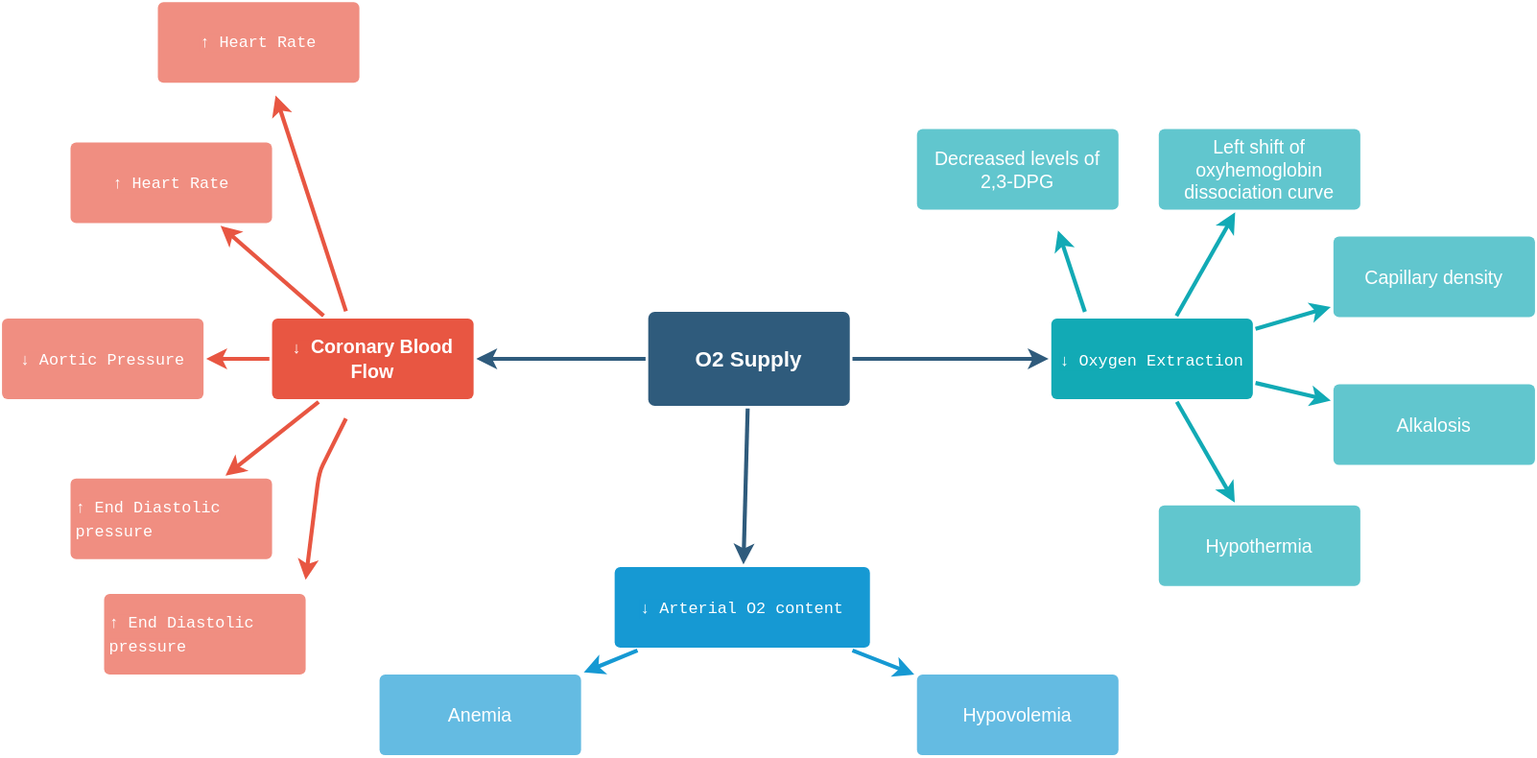
dahef34/academic-resume keeps this draw.io diagram as assets/media/o2demand.svg. Above is the earlier version. Source tidied: cells renumbered, new cells last; positions are measured from the earlier drawing's top-left corner, leaving out a move shared by most shapes. The source it was exported from:
```xml
<mxGraphModel>
  <root>
    <mxCell id="0" />
    <mxCell id="1" parent="0" />
    <mxCell id="2" style="edgeStyle=none;rounded=0;jumpStyle=none;html=1;shadow=0;labelBackgroundColor=none;startArrow=none;startFill=0;endArrow=classic;endFill=1;jettySize=auto;strokeColor=#2F5B7C;strokeWidth=3;fontFamily=Helvetica;fontSize=16;fontColor=#23445D;spacing=5;" parent="1" edge="1" source="5" target="18">
      <mxGeometry relative="1" as="geometry" />
    </mxCell>
    <mxCell id="3" style="edgeStyle=none;rounded=0;jumpStyle=none;html=1;shadow=0;labelBackgroundColor=none;startArrow=none;startFill=0;endArrow=classic;endFill=1;jettySize=auto;strokeColor=#2F5B7C;strokeWidth=3;fontFamily=Helvetica;fontSize=16;fontColor=#23445D;spacing=5;" parent="1" edge="1" source="5" target="15">
      <mxGeometry relative="1" as="geometry" />
    </mxCell>
    <mxCell id="4" style="edgeStyle=none;rounded=0;jumpStyle=none;html=1;shadow=0;labelBackgroundColor=none;startArrow=none;startFill=0;endArrow=classic;endFill=1;jettySize=auto;strokeColor=#2F5B7C;strokeWidth=3;fontFamily=Helvetica;fontSize=16;fontColor=#23445D;spacing=5;" parent="1" edge="1" source="5" target="9">
      <mxGeometry relative="1" as="geometry" />
    </mxCell>
    <mxCell id="5" value="O2 Supply" style="rounded=1;whiteSpace=wrap;html=1;shadow=0;labelBackgroundColor=none;strokeColor=none;strokeWidth=3;fillColor=#2F5B7C;fontFamily=Helvetica;fontSize=16;fontColor=#FFFFFF;align=center;fontStyle=1;spacing=5;arcSize=7;perimeterSpacing=2;" parent="1" vertex="1">
      <mxGeometry x="481" y="230.5" width="150" height="70" as="geometry" />
    </mxCell>
    <mxCell id="6" style="edgeStyle=none;rounded=1;jumpStyle=none;html=1;shadow=0;labelBackgroundColor=none;startArrow=none;startFill=0;jettySize=auto;strokeColor=#E85642;strokeWidth=3;fontFamily=Helvetica;fontSize=14;fontColor=#FFFFFF;spacing=5;fontStyle=1;fillColor=#b0e3e6;" parent="1" edge="1" source="9" target="12">
      <mxGeometry relative="1" as="geometry" />
    </mxCell>
    <mxCell id="7" style="edgeStyle=none;rounded=1;jumpStyle=none;html=1;shadow=0;labelBackgroundColor=none;startArrow=none;startFill=0;jettySize=auto;strokeColor=#E85642;strokeWidth=3;fontFamily=Helvetica;fontSize=14;fontColor=#FFFFFF;spacing=5;fontStyle=1;fillColor=#b0e3e6;" parent="1" edge="1" source="9" target="11">
      <mxGeometry relative="1" as="geometry" />
    </mxCell>
    <mxCell id="8" style="edgeStyle=none;rounded=1;jumpStyle=none;html=1;shadow=0;labelBackgroundColor=none;startArrow=none;startFill=0;jettySize=auto;strokeColor=#E85642;strokeWidth=3;fontFamily=Helvetica;fontSize=14;fontColor=#FFFFFF;spacing=5;fontStyle=1;fillColor=#b0e3e6;" parent="1" edge="1" source="9" target="10">
      <mxGeometry relative="1" as="geometry" />
    </mxCell>
    <mxCell id="9" value="&lt;span style=&quot;font-family: &amp;quot;Fira Code&amp;quot;, Menlo, Monaco, &amp;quot;Courier New&amp;quot;, monospace; font-size: 12px; font-weight: 400; text-align: start; background-color: rgb(232, 86, 66);&quot;&gt;↓&amp;nbsp;&lt;/span&gt;Coronary Blood Flow" style="rounded=1;whiteSpace=wrap;html=1;shadow=0;labelBackgroundColor=none;strokeColor=none;strokeWidth=3;fillColor=#e85642;fontFamily=Helvetica;fontSize=14;fontColor=#FFFFFF;align=center;spacing=5;fontStyle=1;arcSize=7;perimeterSpacing=2;" parent="1" vertex="1">
      <mxGeometry x="201" y="235.5" width="150" height="60" as="geometry" />
    </mxCell>
    <mxCell id="10" value="&lt;div style=&quot;text-align: start; font-family: &amp;quot;Fira Code&amp;quot;, Menlo, Monaco, &amp;quot;Courier New&amp;quot;, monospace; font-size: 12px; line-height: 18px;&quot;&gt;&lt;span style=&quot;background-color: rgb(240, 142, 129);&quot;&gt;↑ End Diastolic pressure&lt;/span&gt;&lt;/div&gt;" style="rounded=1;whiteSpace=wrap;html=1;shadow=0;labelBackgroundColor=none;strokeColor=none;strokeWidth=3;fillColor=#f08e81;fontFamily=Helvetica;fontSize=14;fontColor=#FFFFFF;align=center;spacing=5;fontStyle=0;arcSize=7;perimeterSpacing=2;" parent="1" vertex="1">
      <mxGeometry x="51" y="354.5" width="150" height="60" as="geometry" />
    </mxCell>
    <mxCell id="11" value="&lt;div style=&quot;text-align: start; font-family: &amp;quot;Fira Code&amp;quot;, Menlo, Monaco, &amp;quot;Courier New&amp;quot;, monospace; font-size: 12px; line-height: 18px;&quot;&gt;&lt;span style=&quot;background-color: rgb(240, 142, 129);&quot;&gt;↓ Aortic Pressure&lt;/span&gt;&lt;/div&gt;" style="rounded=1;whiteSpace=wrap;html=1;shadow=0;labelBackgroundColor=none;strokeColor=none;strokeWidth=3;fillColor=#f08e81;fontFamily=Helvetica;fontSize=14;fontColor=#FFFFFF;align=center;spacing=5;fontStyle=0;arcSize=7;perimeterSpacing=2;" parent="1" vertex="1">
      <mxGeometry y="235.5" width="150" height="60" as="geometry" />
    </mxCell>
    <mxCell id="12" value="&lt;div style=&quot;text-align: start; font-family: &amp;quot;Fira Code&amp;quot;, Menlo, Monaco, &amp;quot;Courier New&amp;quot;, monospace; font-size: 12px; line-height: 18px;&quot;&gt;&lt;span style=&quot;background-color: rgb(240, 142, 129);&quot;&gt;↑  Heart Rate&lt;/span&gt;&lt;/div&gt;" style="rounded=1;whiteSpace=wrap;html=1;shadow=0;labelBackgroundColor=none;strokeColor=none;strokeWidth=3;fillColor=#f08e81;fontFamily=Helvetica;fontSize=14;fontColor=#FFFFFF;align=center;spacing=5;fontStyle=0;arcSize=7;perimeterSpacing=2;" parent="1" vertex="1">
      <mxGeometry x="51" y="104.5" width="150" height="60" as="geometry" />
    </mxCell>
    <mxCell id="13" style="edgeStyle=none;rounded=0;jumpStyle=none;html=1;shadow=0;labelBackgroundColor=none;startArrow=none;startFill=0;endArrow=classic;endFill=1;jettySize=auto;strokeColor=#1699D3;strokeWidth=3;fontFamily=Helvetica;fontSize=14;fontColor=#FFFFFF;spacing=5;" parent="1" edge="1" source="15" target="17">
      <mxGeometry relative="1" as="geometry" />
    </mxCell>
    <mxCell id="14" style="edgeStyle=none;rounded=0;jumpStyle=none;html=1;shadow=0;labelBackgroundColor=none;startArrow=none;startFill=0;endArrow=classic;endFill=1;jettySize=auto;strokeColor=#1699D3;strokeWidth=3;fontFamily=Helvetica;fontSize=14;fontColor=#FFFFFF;spacing=5;" parent="1" edge="1" source="15" target="16">
      <mxGeometry relative="1" as="geometry" />
    </mxCell>
    <mxCell id="15" value="&lt;div style=&quot;font-weight: normal; text-align: start; font-family: &amp;quot;Fira Code&amp;quot;, Menlo, Monaco, &amp;quot;Courier New&amp;quot;, monospace; font-size: 12px; line-height: 18px;&quot;&gt;&lt;span style=&quot;background-color: rgb(22, 153, 211);&quot;&gt;↓ Arterial O2 content&lt;/span&gt;&lt;/div&gt;" style="rounded=1;whiteSpace=wrap;html=1;shadow=0;labelBackgroundColor=none;strokeColor=none;strokeWidth=3;fillColor=#1699d3;fontFamily=Helvetica;fontSize=14;fontColor=#FFFFFF;align=center;spacing=5;fontStyle=1;arcSize=7;perimeterSpacing=2;" parent="1" vertex="1">
      <mxGeometry x="456" y="420.5" width="190" height="60" as="geometry" />
    </mxCell>
    <mxCell id="16" value="Hypovolemia" style="rounded=1;whiteSpace=wrap;html=1;shadow=0;labelBackgroundColor=none;strokeColor=none;strokeWidth=3;fillColor=#64bbe2;fontFamily=Helvetica;fontSize=14;fontColor=#FFFFFF;align=center;spacing=5;arcSize=7;perimeterSpacing=2;" parent="1" vertex="1">
      <mxGeometry x="681" y="500.5" width="150" height="60" as="geometry" />
    </mxCell>
    <mxCell id="17" value="Anemia" style="rounded=1;whiteSpace=wrap;html=1;shadow=0;labelBackgroundColor=none;strokeColor=none;strokeWidth=3;fillColor=#64bbe2;fontFamily=Helvetica;fontSize=14;fontColor=#FFFFFF;align=center;spacing=5;arcSize=7;perimeterSpacing=2;" parent="1" vertex="1">
      <mxGeometry x="281" y="500.5" width="150" height="60" as="geometry" />
    </mxCell>
    <mxCell id="18" value="&lt;span style=&quot;font-family: &amp;quot;Fira Code&amp;quot;, Menlo, Monaco, &amp;quot;Courier New&amp;quot;, monospace; font-size: 12px; font-weight: 400; text-align: start; background-color: rgb(18, 170, 181);&quot;&gt;↓ Oxygen Extraction&lt;/span&gt;" style="rounded=1;whiteSpace=wrap;html=1;shadow=0;labelBackgroundColor=none;strokeColor=none;strokeWidth=3;fillColor=#12aab5;fontFamily=Helvetica;fontSize=14;fontColor=#FFFFFF;align=center;spacing=5;fontStyle=1;arcSize=7;perimeterSpacing=2;" parent="1" vertex="1">
      <mxGeometry x="781" y="235.5" width="150" height="60" as="geometry" />
    </mxCell>
    <mxCell id="19" value="Hypothermia" style="rounded=1;whiteSpace=wrap;html=1;shadow=0;labelBackgroundColor=none;strokeColor=none;strokeWidth=3;fillColor=#61c6ce;fontFamily=Helvetica;fontSize=14;fontColor=#FFFFFF;align=center;spacing=5;fontStyle=0;arcSize=7;perimeterSpacing=2;" parent="1" vertex="1">
      <mxGeometry x="861" y="374.5" width="150" height="60" as="geometry" />
    </mxCell>
    <mxCell id="20" style="edgeStyle=none;rounded=1;jumpStyle=none;html=1;shadow=0;labelBackgroundColor=none;startArrow=none;startFill=0;jettySize=auto;strokeColor=#12AAB5;strokeWidth=3;fontFamily=Helvetica;fontSize=14;fontColor=#FFFFFF;spacing=5;fontStyle=1;fillColor=#b0e3e6;" parent="1" edge="1" source="18" target="19">
      <mxGeometry relative="1" as="geometry" />
    </mxCell>
    <mxCell id="21" value="Alkalosis" style="rounded=1;whiteSpace=wrap;html=1;shadow=0;labelBackgroundColor=none;strokeColor=none;strokeWidth=3;fillColor=#61c6ce;fontFamily=Helvetica;fontSize=14;fontColor=#FFFFFF;align=center;spacing=5;fontStyle=0;arcSize=7;perimeterSpacing=2;" parent="1" vertex="1">
      <mxGeometry x="991" y="284.5" width="150" height="60" as="geometry" />
    </mxCell>
    <mxCell id="22" style="edgeStyle=none;rounded=1;jumpStyle=none;html=1;shadow=0;labelBackgroundColor=none;startArrow=none;startFill=0;jettySize=auto;strokeColor=#12AAB5;strokeWidth=3;fontFamily=Helvetica;fontSize=14;fontColor=#FFFFFF;spacing=5;fontStyle=1;fillColor=#b0e3e6;" parent="1" edge="1" source="18" target="21">
      <mxGeometry relative="1" as="geometry" />
    </mxCell>
    <mxCell id="23" value="Capillary density" style="rounded=1;whiteSpace=wrap;html=1;shadow=0;labelBackgroundColor=none;strokeColor=none;strokeWidth=3;fillColor=#61c6ce;fontFamily=Helvetica;fontSize=14;fontColor=#FFFFFF;align=center;spacing=5;fontStyle=0;arcSize=7;perimeterSpacing=2;" parent="1" vertex="1">
      <mxGeometry x="991" y="174.5" width="150" height="60" as="geometry" />
    </mxCell>
    <mxCell id="24" style="edgeStyle=none;rounded=1;jumpStyle=none;html=1;shadow=0;labelBackgroundColor=none;startArrow=none;startFill=0;jettySize=auto;strokeColor=#12AAB5;strokeWidth=3;fontFamily=Helvetica;fontSize=14;fontColor=#FFFFFF;spacing=5;fontStyle=1;fillColor=#b0e3e6;" parent="1" edge="1" source="18" target="23">
      <mxGeometry relative="1" as="geometry" />
    </mxCell>
    <mxCell id="25" value="Left shift of oxyhemoglobin dissociation curve" style="rounded=1;whiteSpace=wrap;html=1;shadow=0;labelBackgroundColor=none;strokeColor=none;strokeWidth=3;fillColor=#61c6ce;fontFamily=Helvetica;fontSize=14;fontColor=#FFFFFF;align=center;spacing=5;fontStyle=0;arcSize=7;perimeterSpacing=2;" parent="1" vertex="1">
      <mxGeometry x="861" y="94.5" width="150" height="60" as="geometry" />
    </mxCell>
    <mxCell id="26" style="edgeStyle=none;rounded=1;jumpStyle=none;html=1;shadow=0;labelBackgroundColor=none;startArrow=none;startFill=0;jettySize=auto;strokeColor=#12AAB5;strokeWidth=3;fontFamily=Helvetica;fontSize=14;fontColor=#FFFFFF;spacing=5;fontStyle=1;fillColor=#b0e3e6;" parent="1" edge="1" source="18" target="25">
      <mxGeometry relative="1" as="geometry" />
    </mxCell>
    <mxCell id="27" value="&lt;div style=&quot;text-align: start; font-family: &amp;quot;Fira Code&amp;quot;, Menlo, Monaco, &amp;quot;Courier New&amp;quot;, monospace; font-size: 12px; line-height: 18px;&quot;&gt;&lt;span style=&quot;background-color: rgb(240, 142, 129);&quot;&gt;↑  Heart Rate&lt;/span&gt;&lt;/div&gt;" style="rounded=1;whiteSpace=wrap;html=1;shadow=0;labelBackgroundColor=none;strokeColor=none;strokeWidth=3;fillColor=#f08e81;fontFamily=Helvetica;fontSize=14;fontColor=#FFFFFF;align=center;spacing=5;fontStyle=0;arcSize=7;perimeterSpacing=2;" parent="1" vertex="1">
      <mxGeometry x="116" width="150" height="60" as="geometry" />
    </mxCell>
    <mxCell id="28" value="&lt;div style=&quot;text-align: start; font-family: &amp;quot;Fira Code&amp;quot;, Menlo, Monaco, &amp;quot;Courier New&amp;quot;, monospace; font-size: 12px; line-height: 18px;&quot;&gt;&lt;span style=&quot;background-color: rgb(240, 142, 129);&quot;&gt;↑ End Diastolic pressure&lt;/span&gt;&lt;/div&gt;" style="rounded=1;whiteSpace=wrap;html=1;shadow=0;labelBackgroundColor=none;strokeColor=none;strokeWidth=3;fillColor=#f08e81;fontFamily=Helvetica;fontSize=14;fontColor=#FFFFFF;align=center;spacing=5;fontStyle=0;arcSize=7;perimeterSpacing=2;" parent="1" vertex="1">
      <mxGeometry x="76" y="440.5" width="150" height="60" as="geometry" />
    </mxCell>
    <mxCell id="29" style="edgeStyle=none;rounded=1;jumpStyle=none;html=1;shadow=0;labelBackgroundColor=none;startArrow=none;startFill=0;jettySize=auto;orthogonalLoop=1;strokeColor=#E85642;strokeWidth=3;fontFamily=Helvetica;fontSize=14;fontColor=#FFFFFF;spacing=5;fontStyle=1;fillColor=#b0e3e6;" parent="1" edge="1">
      <mxGeometry relative="1" as="geometry">
        <mxPoint x="256" y="310" as="sourcePoint" />
        <mxPoint x="226" y="430" as="targetPoint" />
        <Array as="points">
          <mxPoint x="246" y="330" />
          <mxPoint x="236" y="350" />
        </Array>
      </mxGeometry>
    </mxCell>
    <mxCell id="30" style="edgeStyle=none;rounded=1;jumpStyle=none;html=1;shadow=0;labelBackgroundColor=none;startArrow=none;startFill=0;jettySize=auto;orthogonalLoop=1;strokeColor=#E85642;strokeWidth=3;fontFamily=Helvetica;fontSize=14;fontColor=#FFFFFF;spacing=5;fontStyle=1;fillColor=#b0e3e6;" parent="1" edge="1">
      <mxGeometry relative="1" as="geometry">
        <mxPoint x="256" y="230" as="sourcePoint" />
        <mxPoint x="203.6" y="69.5" as="targetPoint" />
      </mxGeometry>
    </mxCell>
    <mxCell id="31" value="Decreased levels of 2,3-DPG" style="rounded=1;whiteSpace=wrap;html=1;shadow=0;labelBackgroundColor=none;strokeColor=none;strokeWidth=3;fillColor=#61c6ce;fontFamily=Helvetica;fontSize=14;fontColor=#FFFFFF;align=center;spacing=5;fontStyle=0;arcSize=7;perimeterSpacing=2;" parent="1" vertex="1">
      <mxGeometry x="681" y="94.5" width="150" height="60" as="geometry" />
    </mxCell>
    <mxCell id="32" style="edgeStyle=none;rounded=1;jumpStyle=none;html=1;shadow=0;labelBackgroundColor=none;startArrow=none;startFill=0;jettySize=auto;orthogonalLoop=1;strokeColor=#12AAB5;strokeWidth=3;fontFamily=Helvetica;fontSize=14;fontColor=#FFFFFF;spacing=5;fontStyle=1;fillColor=#b0e3e6;" parent="1" edge="1">
      <mxGeometry relative="1" as="geometry">
        <mxPoint x="806" y="230.5" as="sourcePoint" />
        <mxPoint x="786" y="170" as="targetPoint" />
      </mxGeometry>
    </mxCell>
  </root>
</mxGraphModel>
```
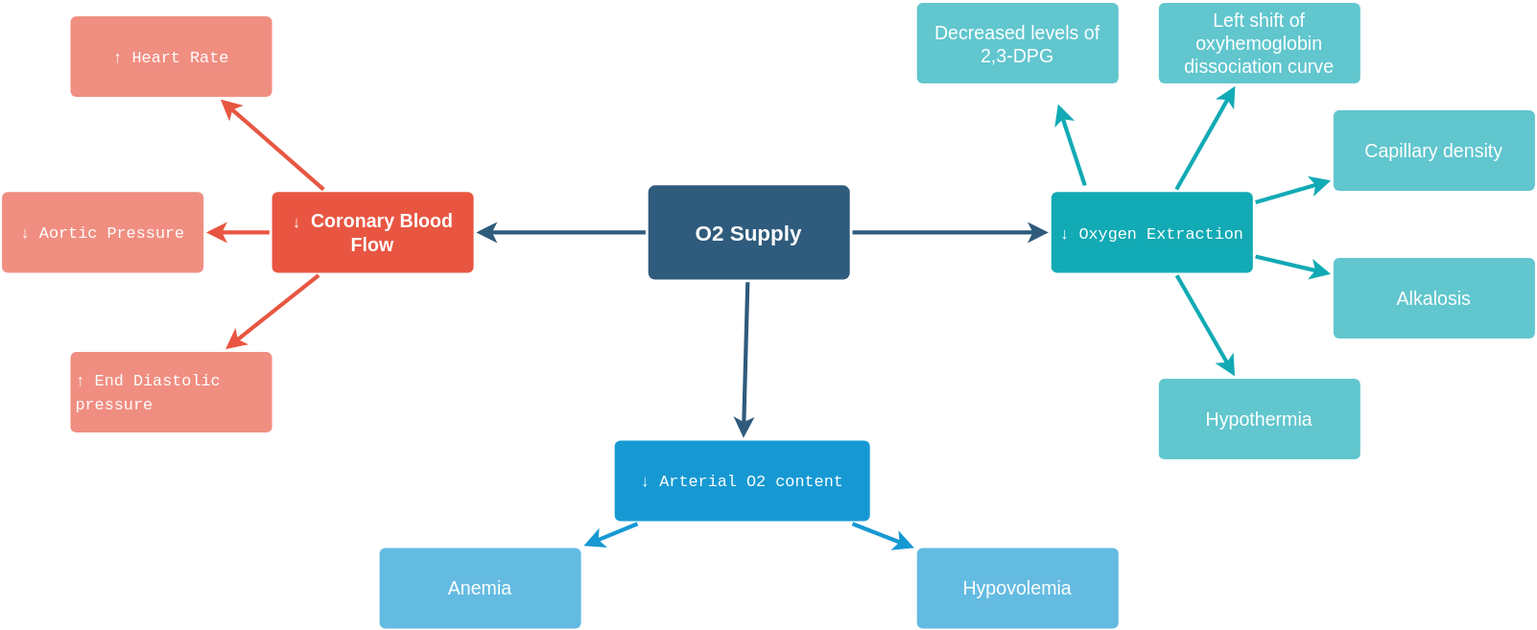
The same file after the commit.

Diff of the diagram source:
```diff
@@ -77,28 +77,6 @@
     <mxCell id="26" style="edgeStyle=none;rounded=1;jumpStyle=none;html=1;shadow=0;labelBackgroundColor=none;startArrow=none;startFill=0;jettySize=auto;strokeColor=#12AAB5;strokeWidth=3;fontFamily=Helvetica;fontSize=14;fontColor=#FFFFFF;spacing=5;fontStyle=1;fillColor=#b0e3e6;" parent="1" edge="1" source="18" target="25">
       <mxGeometry relative="1" as="geometry" />
     </mxCell>
-    <mxCell id="27" value="&lt;div style=&quot;text-align: start; font-family: &amp;quot;Fira Code&amp;quot;, Menlo, Monaco, &amp;quot;Courier New&amp;quot;, monospace; font-size: 12px; line-height: 18px;&quot;&gt;&lt;span style=&quot;background-color: rgb(240, 142, 129);&quot;&gt;↑  Heart Rate&lt;/span&gt;&lt;/div&gt;" style="rounded=1;whiteSpace=wrap;html=1;shadow=0;labelBackgroundColor=none;strokeColor=none;strokeWidth=3;fillColor=#f08e81;fontFamily=Helvetica;fontSize=14;fontColor=#FFFFFF;align=center;spacing=5;fontStyle=0;arcSize=7;perimeterSpacing=2;" parent="1" vertex="1">
-      <mxGeometry x="116" width="150" height="60" as="geometry" />
-    </mxCell>
-    <mxCell id="28" value="&lt;div style=&quot;text-align: start; font-family: &amp;quot;Fira Code&amp;quot;, Menlo, Monaco, &amp;quot;Courier New&amp;quot;, monospace; font-size: 12px; line-height: 18px;&quot;&gt;&lt;span style=&quot;background-color: rgb(240, 142, 129);&quot;&gt;↑ End Diastolic pressure&lt;/span&gt;&lt;/div&gt;" style="rounded=1;whiteSpace=wrap;html=1;shadow=0;labelBackgroundColor=none;strokeColor=none;strokeWidth=3;fillColor=#f08e81;fontFamily=Helvetica;fontSize=14;fontColor=#FFFFFF;align=center;spacing=5;fontStyle=0;arcSize=7;perimeterSpacing=2;" parent="1" vertex="1">
-      <mxGeometry x="76" y="440.5" width="150" height="60" as="geometry" />
-    </mxCell>
-    <mxCell id="29" style="edgeStyle=none;rounded=1;jumpStyle=none;html=1;shadow=0;labelBackgroundColor=none;startArrow=none;startFill=0;jettySize=auto;orthogonalLoop=1;strokeColor=#E85642;strokeWidth=3;fontFamily=Helvetica;fontSize=14;fontColor=#FFFFFF;spacing=5;fontStyle=1;fillColor=#b0e3e6;" parent="1" edge="1">
-      <mxGeometry relative="1" as="geometry">
-        <mxPoint x="256" y="310" as="sourcePoint" />
-        <mxPoint x="226" y="430" as="targetPoint" />
-        <Array as="points">
-          <mxPoint x="246" y="330" />
-          <mxPoint x="236" y="350" />
-        </Array>
-      </mxGeometry>
-    </mxCell>
-    <mxCell id="30" style="edgeStyle=none;rounded=1;jumpStyle=none;html=1;shadow=0;labelBackgroundColor=none;startArrow=none;startFill=0;jettySize=auto;orthogonalLoop=1;strokeColor=#E85642;strokeWidth=3;fontFamily=Helvetica;fontSize=14;fontColor=#FFFFFF;spacing=5;fontStyle=1;fillColor=#b0e3e6;" parent="1" edge="1">
-      <mxGeometry relative="1" as="geometry">
-        <mxPoint x="256" y="230" as="sourcePoint" />
-        <mxPoint x="203.6" y="69.5" as="targetPoint" />
-      </mxGeometry>
-    </mxCell>
     <mxCell id="31" value="Decreased levels of 2,3-DPG" style="rounded=1;whiteSpace=wrap;html=1;shadow=0;labelBackgroundColor=none;strokeColor=none;strokeWidth=3;fillColor=#61c6ce;fontFamily=Helvetica;fontSize=14;fontColor=#FFFFFF;align=center;spacing=5;fontStyle=0;arcSize=7;perimeterSpacing=2;" parent="1" vertex="1">
       <mxGeometry x="681" y="94.5" width="150" height="60" as="geometry" />
     </mxCell>
```
